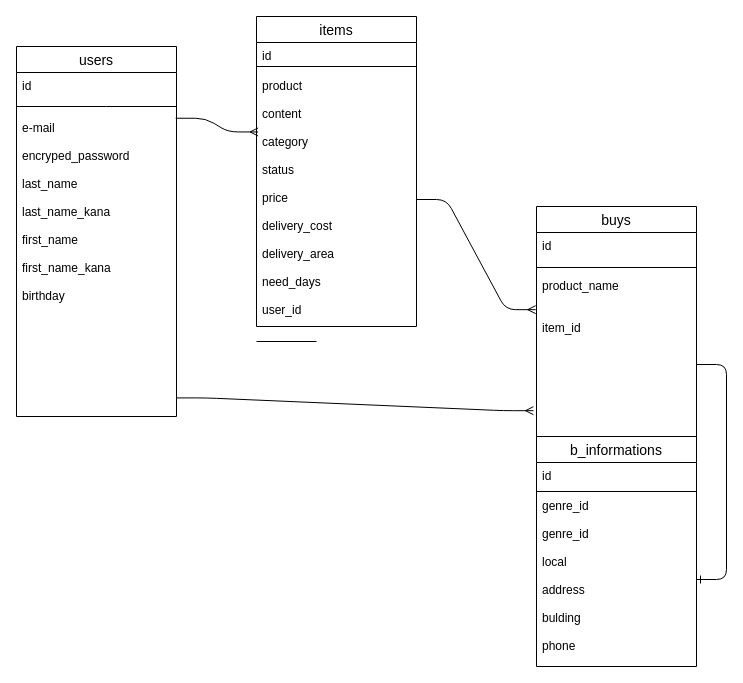
The draw.io diagram furima_table.dio in hhiirroosshhii/furima-39859, before the edit. Source tidied: cells renumbered, new cells numbered last; positions are measured from the earlier drawing's top-left corner, leaving out a move shared by most shapes. Both pictures are drawn from the tidied source at 100%, with x=0, y=0 at pixel (16, 16).
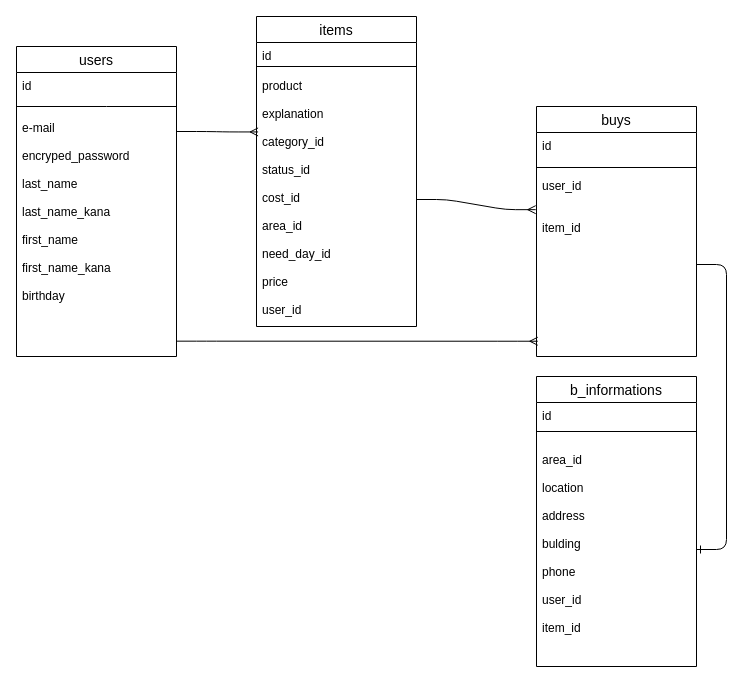
The same diagram, later.

The change refers to these unchanged cells:
```xml
<mxCell id="9" value="items" style="swimlane;fontStyle=0;horizontal=1;startSize=26;align=center;fontSize=14;" parent="1" vertex="1">
  <mxGeometry x="240" width="160" height="310" as="geometry" />
</mxCell>
```

What changed in the source:
```diff
@@
     <mxCell id="2" value="users" style="swimlane;fontStyle=0;horizontal=1;startSize=26;align=center;fontSize=14;" parent="1" vertex="1">
-      <mxGeometry y="30" width="160" height="370" as="geometry" />
+      <mxGeometry y="30" width="160" height="310" as="geometry" />
     </mxCell>
@@
     <mxCell id="4" value="id&#10;&#10;&#10;e-mail&#10;&#10;encryped_password&#10;&#10;last_name&#10;&#10;last_name_kana&#10;&#10;first_name&#10;&#10;first_name_kana&#10;&#10;birthday" style="text;strokeColor=none;fillColor=none;spacingLeft=4;spacingRight=4;overflow=hidden;points=[[0,0.5],[1,0.5]];portConstraint=eastwest;fontSize=12;" parent="2" vertex="1">
-      <mxGeometry y="26" width="160" height="344" as="geometry" />
+      <mxGeometry y="26" width="160" height="284" as="geometry" />
     </mxCell>
     <mxCell id="5" value="buys" style="swimlane;fontStyle=0;horizontal=1;startSize=26;align=center;fontSize=14;" parent="1" vertex="1">
-      <mxGeometry x="520" y="190" width="160" height="250" as="geometry" />
+      <mxGeometry x="520" y="90" width="160" height="250" as="geometry" />
     </mxCell>
@@
-    <mxCell id="8" value="product_name&#10;&#10;&#10;item_id" style="text;strokeColor=none;fillColor=none;spacingLeft=4;spacingRight=4;overflow=hidden;points=[[0,0.5],[1,0.5]];portConstraint=eastwest;fontSize=12;" parent="5" vertex="1">
+    <mxCell id="8" value="user_id&#10;&#10;&#10;item_id" style="text;strokeColor=none;fillColor=none;spacingLeft=4;spacingRight=4;overflow=hidden;points=[[0,0.5],[1,0.5]];portConstraint=eastwest;fontSize=12;" parent="5" vertex="1">
       <mxGeometry y="66" width="160" height="184" as="geometry" />
     </mxCell>
@@
-    <mxCell id="12" value="product&#10;&#10;content&#10;&#10;category&#10;&#10;status&#10;&#10;price&#10;&#10;delivery_cost&#10;&#10;delivery_area&#10;&#10;need_days&#10;&#10;user_id" style="text;strokeColor=none;fillColor=none;spacingLeft=4;spacingRight=4;overflow=hidden;points=[[0,0.5],[1,0.5]];portConstraint=eastwest;fontSize=12;" parent="9" vertex="1">
+    <mxCell id="12" value="product&#10;&#10;explanation&#10;&#10;category_id&#10;&#10;status_id&#10;&#10;cost_id&#10;&#10;area_id&#10;&#10;need_day_id&#10;&#10;price&#10;&#10;user_id" style="text;strokeColor=none;fillColor=none;spacingLeft=4;spacingRight=4;overflow=hidden;points=[[0,0.5],[1,0.5]];portConstraint=eastwest;fontSize=12;" parent="9" vertex="1">
       <mxGeometry y="56" width="160" height="254" as="geometry" />
     </mxCell>
     <mxCell id="13" value="b_informations" style="swimlane;fontStyle=0;horizontal=1;startSize=26;align=center;fontSize=14;" parent="1" vertex="1">
-      <mxGeometry x="520" y="420" width="160" height="230" as="geometry" />
+      <mxGeometry x="520" y="360" width="160" height="290" as="geometry" />
     </mxCell>
@@
-    <mxCell id="16" value="genre_id&#10;&#10;genre_id&#10;&#10;local&#10;&#10;address&#10;&#10;bulding&#10;&#10;phone" style="text;strokeColor=none;fillColor=none;spacingLeft=4;spacingRight=4;overflow=hidden;points=[[0,0.5],[1,0.5]];portConstraint=eastwest;fontSize=12;" parent="13" vertex="1">
-      <mxGeometry y="56" width="160" height="174" as="geometry" />
+    <mxCell id="16" value="&#10;area_id&#10;&#10;location&#10;&#10;address&#10;&#10;bulding&#10;&#10;phone&#10;&#10;user_id&#10;&#10;item_id" style="text;strokeColor=none;fillColor=none;spacingLeft=4;spacingRight=4;overflow=hidden;points=[[0,0.5],[1,0.5]];portConstraint=eastwest;fontSize=12;" parent="13" vertex="1">
+      <mxGeometry y="56" width="160" height="234" as="geometry" />
     </mxCell>
-    <mxCell id="17" style="edgeStyle=entityRelationEdgeStyle;fontSize=12;html=1;endArrow=ERmany;exitX=0.995;exitY=0.133;exitDx=0;exitDy=0;exitPerimeter=0;entryX=0.01;entryY=0.234;entryDx=0;entryDy=0;entryPerimeter=0;" parent="1" edge="1" source="4" target="12">
-      <mxGeometry relative="1" as="geometry" />
+    <mxCell id="17" style="edgeStyle=entityRelationEdgeStyle;fontSize=12;html=1;endArrow=ERmany;entryX=0.01;entryY=0.234;entryDx=0;entryDy=0;entryPerimeter=0;" parent="1" edge="1" target="12">
+      <mxGeometry relative="1" as="geometry">
+        <mxPoint x="160" y="115" as="sourcePoint" />
+      </mxGeometry>
     </mxCell>
-    <mxCell id="18" style="edgeStyle=entityRelationEdgeStyle;fontSize=12;html=1;endArrow=ERmany;entryX=-0.019;entryY=0.751;entryDx=0;entryDy=0;exitX=1;exitY=0.946;exitDx=0;exitDy=0;exitPerimeter=0;entryPerimeter=0;" parent="1" edge="1" source="4" target="8">
+    <mxCell id="18" style="edgeStyle=entityRelationEdgeStyle;fontSize=12;html=1;endArrow=ERmany;exitX=1;exitY=0.946;exitDx=0;exitDy=0;exitPerimeter=0;entryX=0.008;entryY=0.917;entryDx=0;entryDy=0;entryPerimeter=0;" parent="1" edge="1" source="4" target="8">
       <mxGeometry relative="1" as="geometry" />
     </mxCell>
@@
-    <mxCell id="21" style="line;strokeWidth=1;dashed=0;labelPosition=right;align=left;verticalAlign=middle;spacingTop=0;spacingLeft=6;" parent="1" vertex="1">
-      <mxGeometry x="240" y="320" width="60" height="10" as="geometry" />
-    </mxCell>
```
